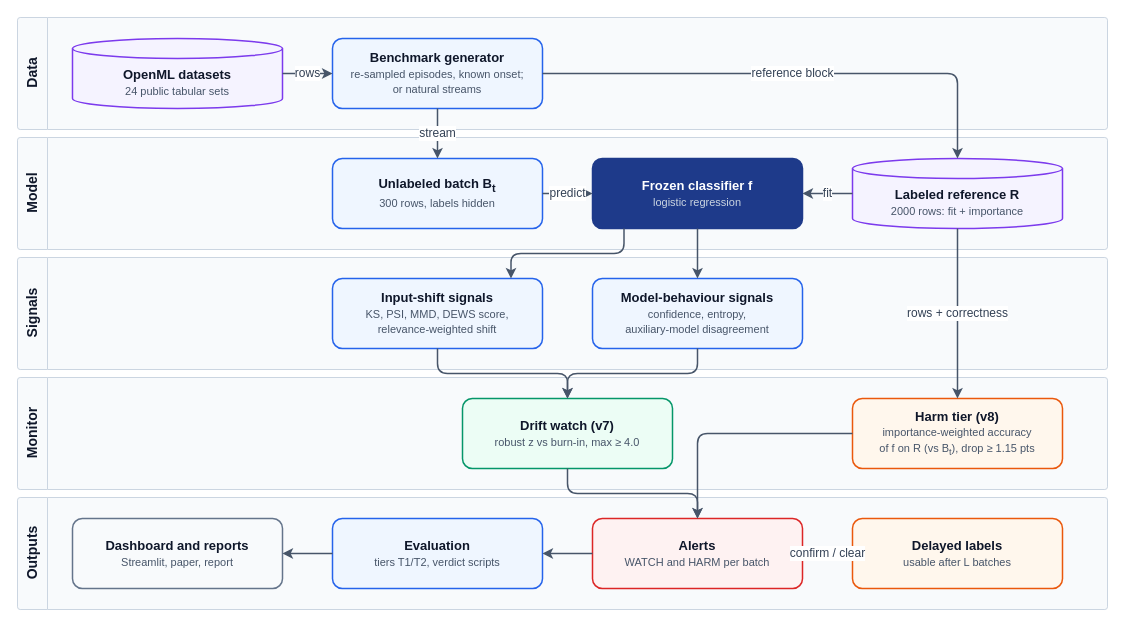
This is report/figures/drawio/fig_architecture.drawio from rushikbuilds/ML-Drift-Monitoring-System, a draw.io file, before an edit. Source tidied: cells renumbered, new cells numbered last; positions are measured from the earlier drawing's top-left corner, leaving out a move shared by most shapes. Both pictures are drawn from the tidied source at 100%, with x=0, y=0 at pixel (17, 17).
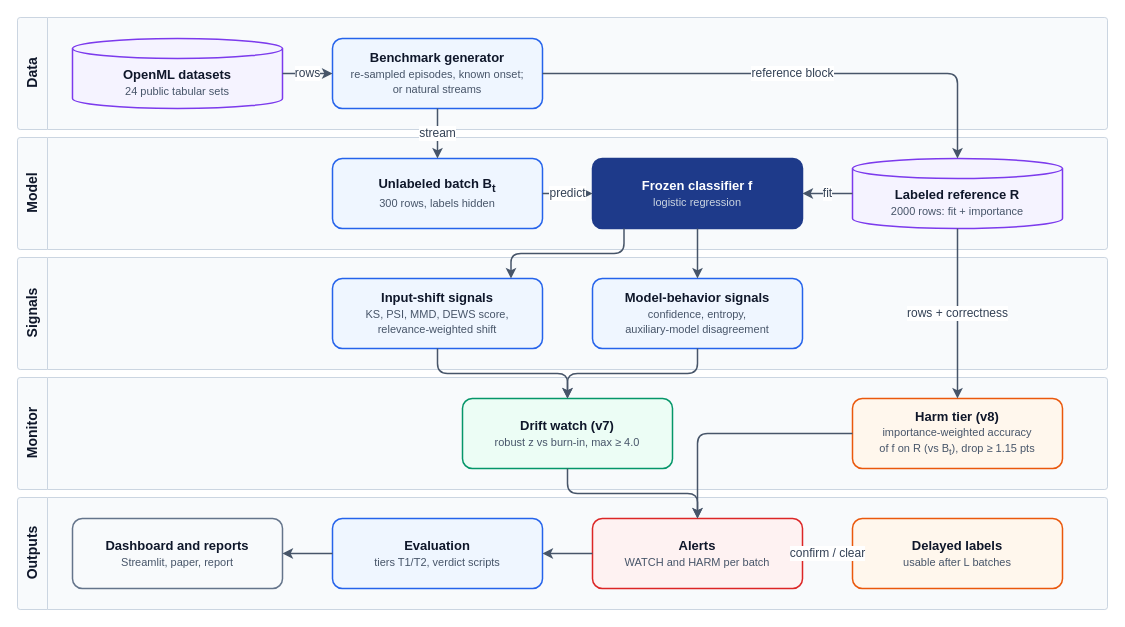
After the change.

Unchanged cells that the change refers to:
```xml
<mxCell id="4" value="Signals" style="swimlane;horizontal=0;startSize=30;html=1;rounded=1;arcSize=3;fillColor=#F8FAFC;swimlaneFillColor=#F8FAFC;strokeColor=#CBD5E1;fontStyle=1;fontSize=14;fontColor=#0F172A;fontFamily=Helvetica;" parent="1" vertex="1">
  <mxGeometry y="240" width="1090" height="112" as="geometry" />
</mxCell>
```

The edit, as a diff of the source:
```diff
@@
-    <mxCell id="13" value="&lt;b&gt;Model-behaviour signals&lt;/b&gt;&lt;br&gt;&lt;font style='font-size:11px;color:#475569'&gt;confidence, entropy,&lt;br&gt;auxiliary-model disagreement&lt;/font&gt;" style="rounded=1;arcSize=14;whiteSpace=wrap;html=1;fillColor=#EFF6FF;strokeColor=#2563EB;fontColor=#0F172A;fontSize=13;strokeWidth=1.5;fontFamily=Helvetica;" parent="4" vertex="1">
+    <mxCell id="13" value="&lt;b&gt;Model-behavior signals&lt;/b&gt;&lt;br&gt;&lt;font style='font-size:11px;color:#475569'&gt;confidence, entropy,&lt;br&gt;auxiliary-model disagreement&lt;/font&gt;" style="rounded=1;arcSize=14;whiteSpace=wrap;html=1;fillColor=#EFF6FF;strokeColor=#2563EB;fontColor=#0F172A;fontSize=13;strokeWidth=1.5;fontFamily=Helvetica;" parent="4" vertex="1">
       <mxGeometry x="575" y="21" width="210" height="70" as="geometry" />
     </mxCell>
```
